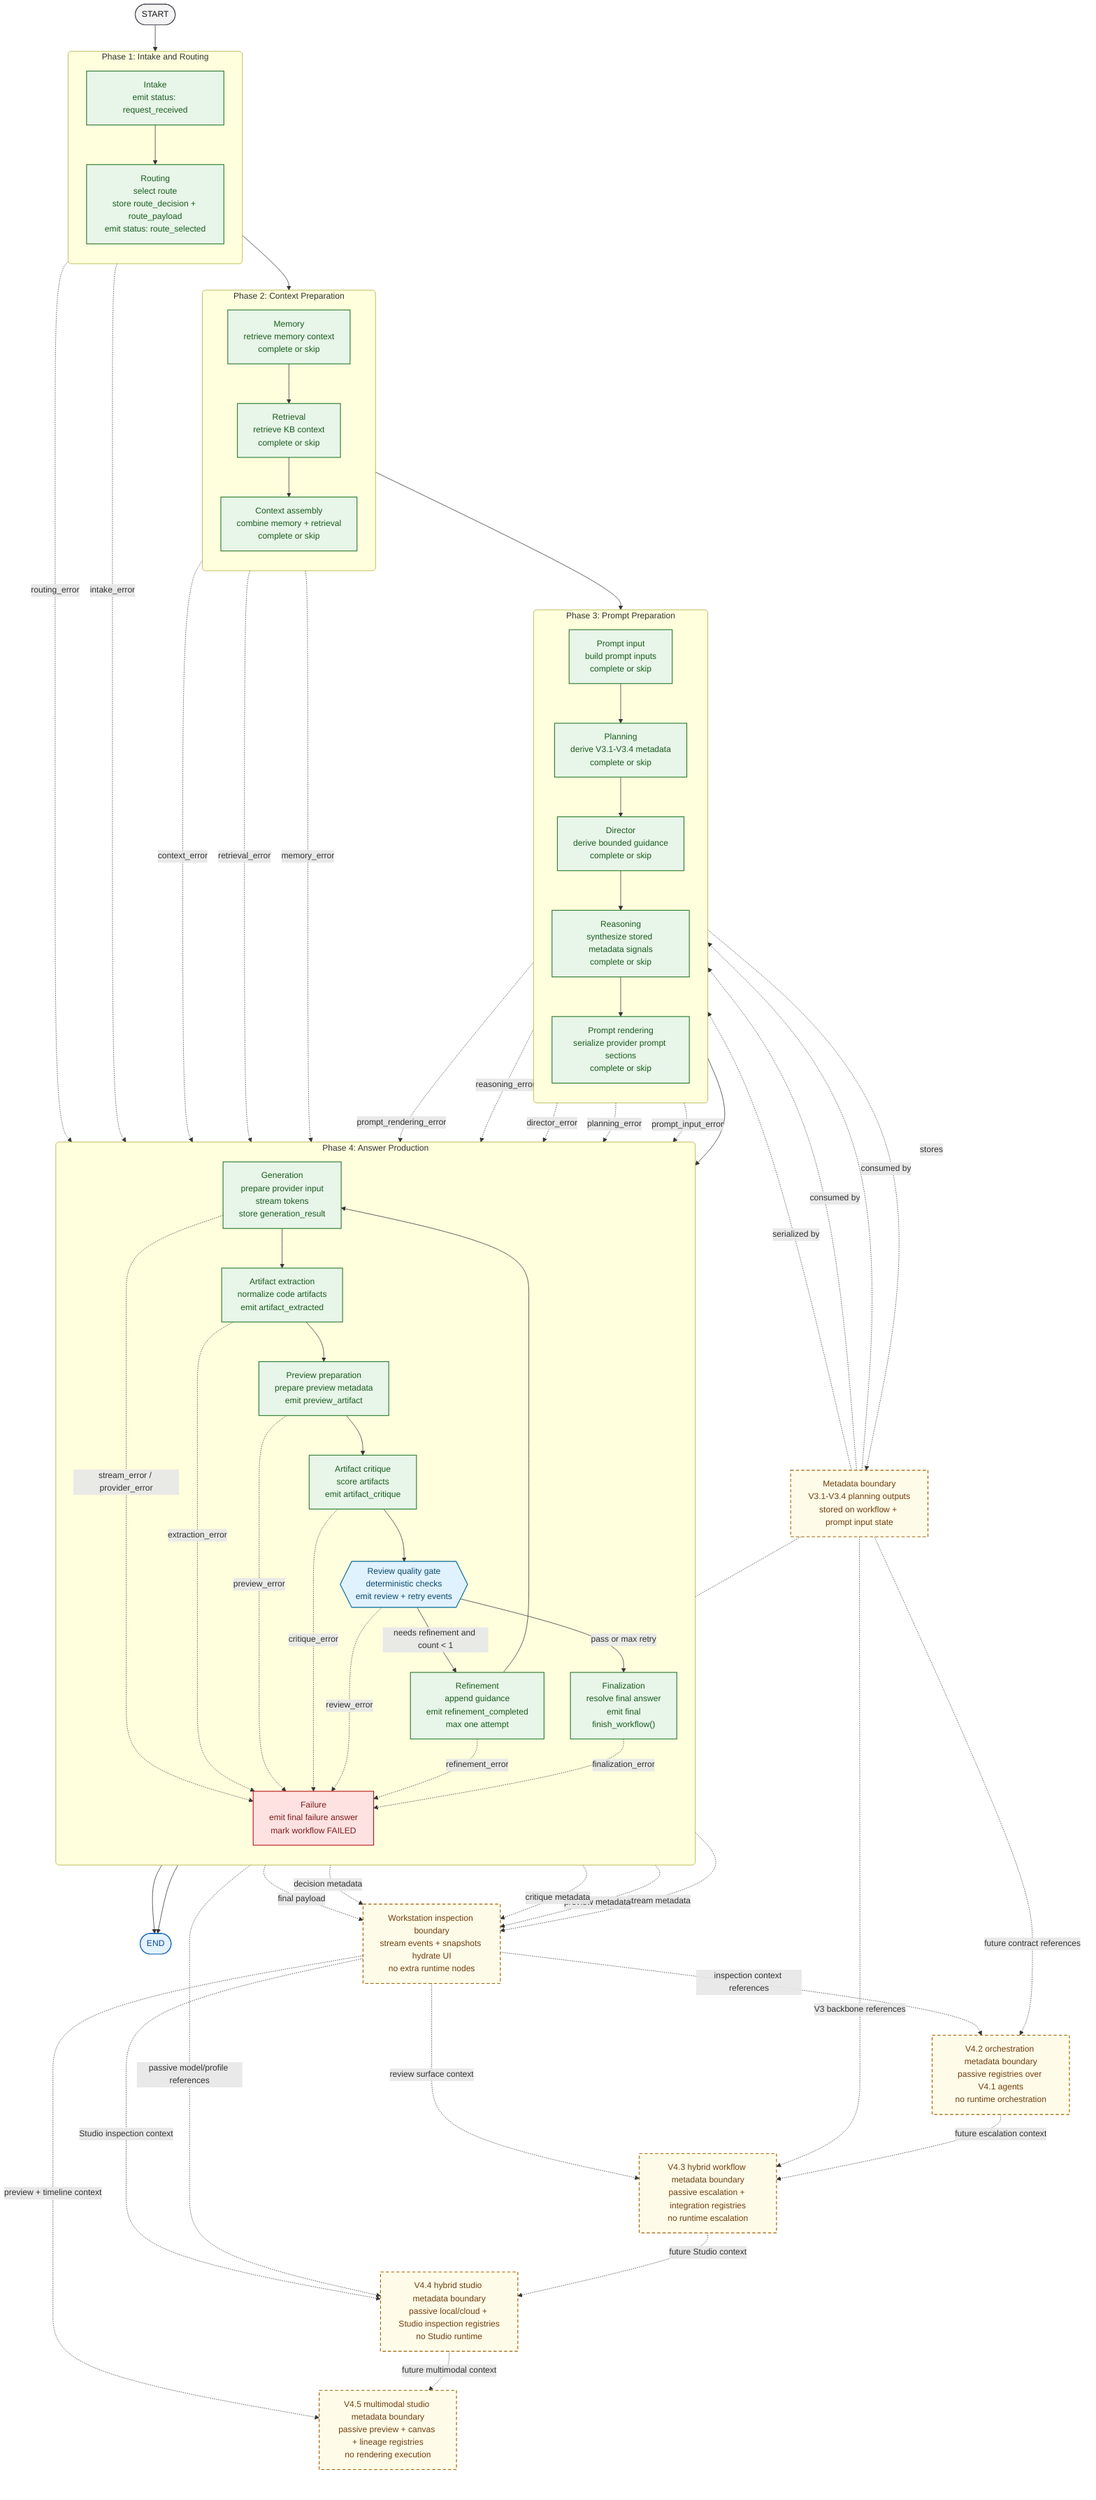
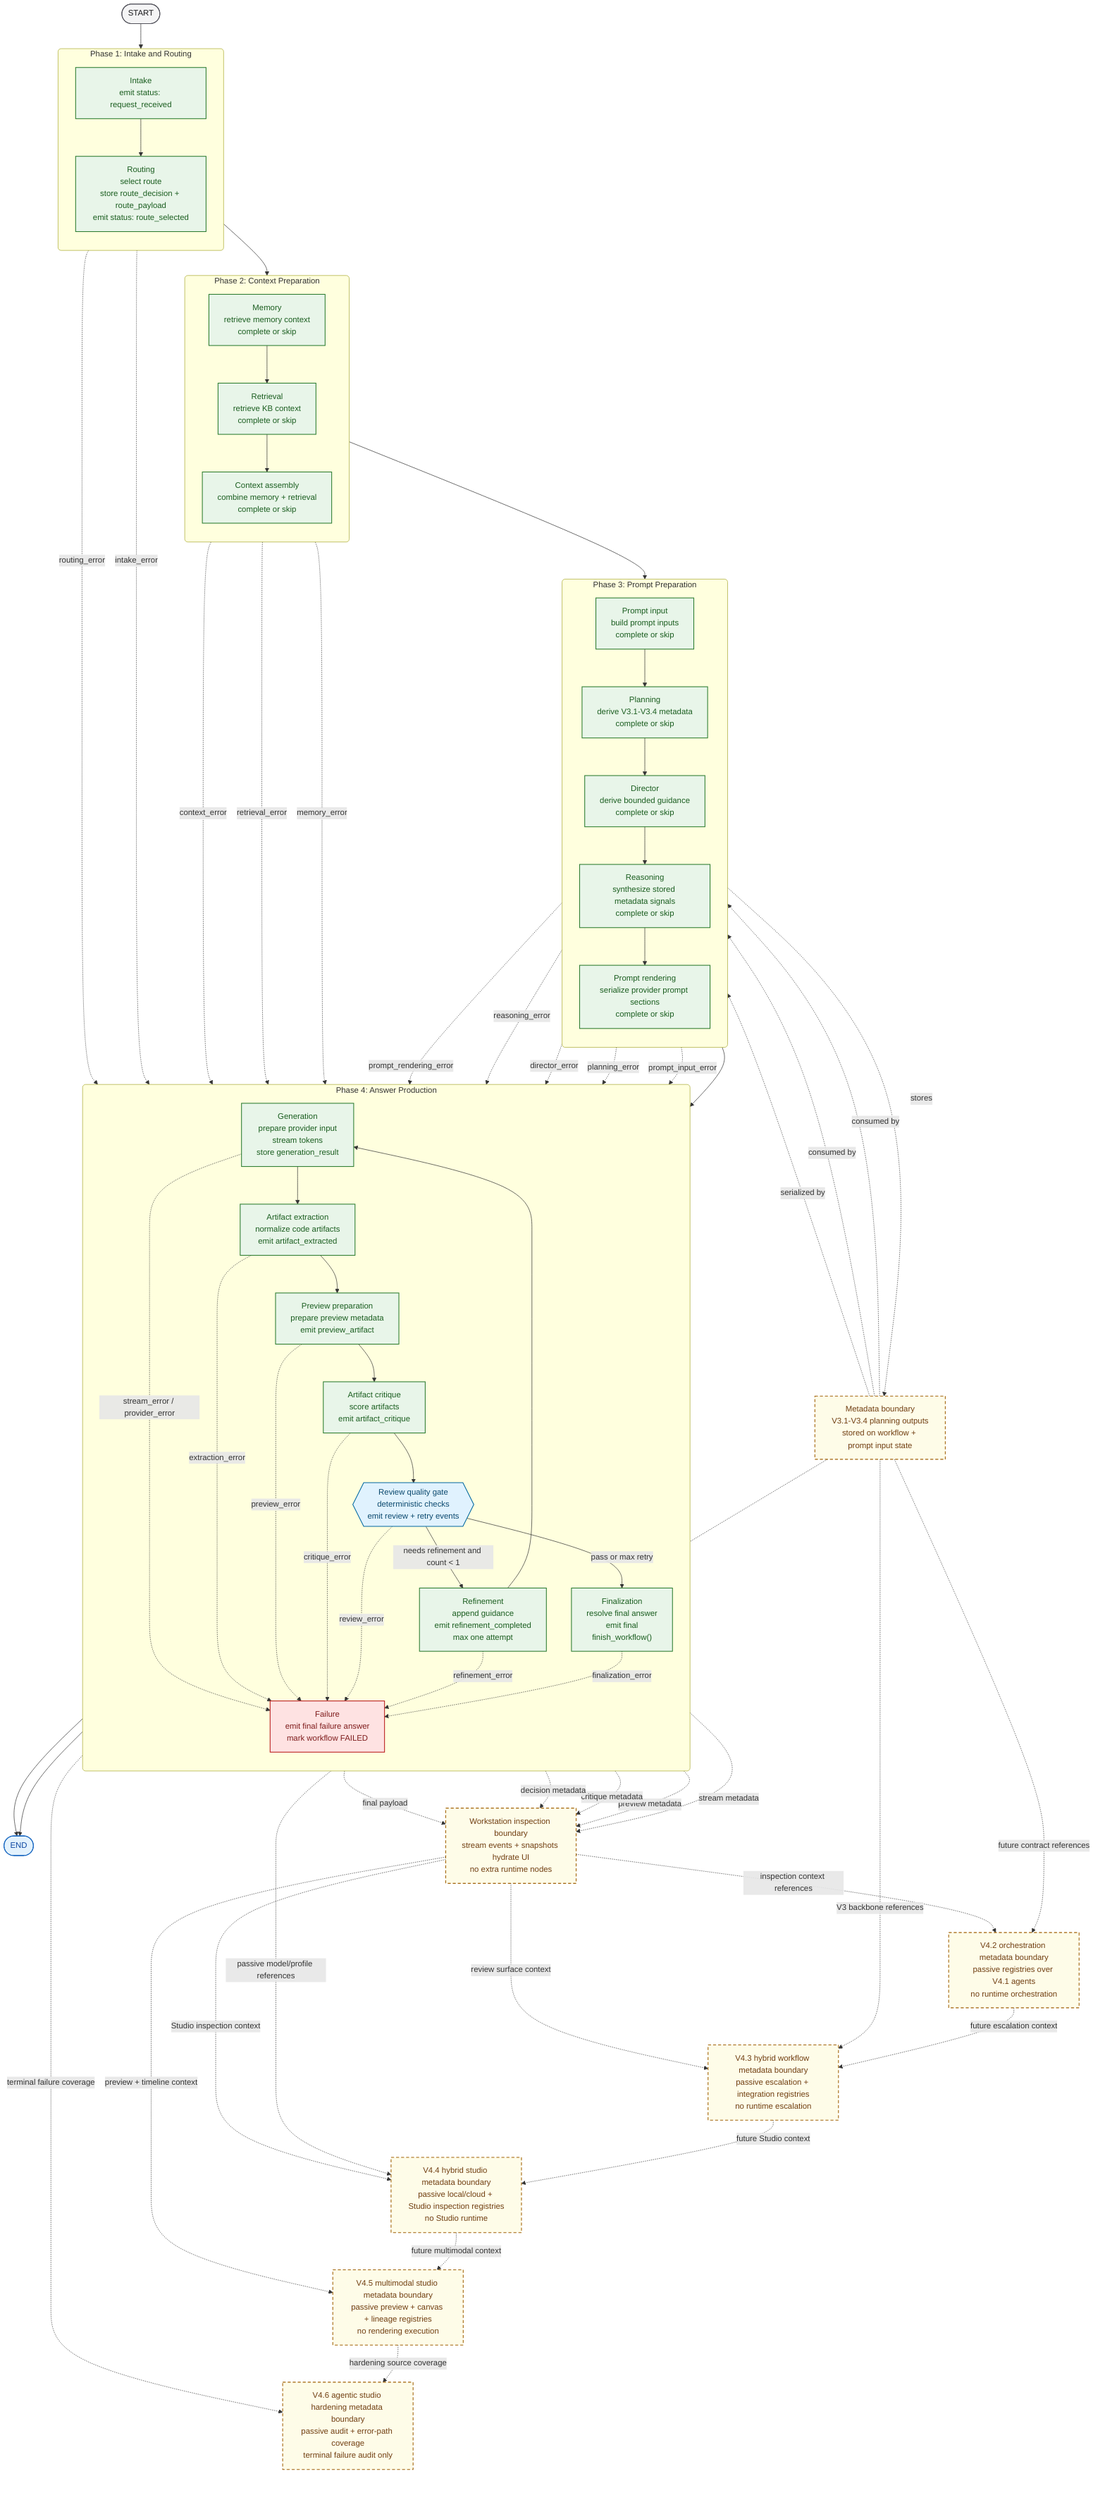
flowchart TB
    %% Class palette
    classDef boundary fill:#F4F4F5,stroke:#52525B,color:#18181B,stroke-width:1.5px;
    classDef implemented fill:#E8F5E9,stroke:#2E7D32,color:#1B5E20,stroke-width:1.5px;
    classDef gate fill:#E0F2FE,stroke:#0369A1,color:#0C4A6E,stroke-width:1.5px;
    classDef failure fill:#FEE2E2,stroke:#B91C1C,color:#7F1D1D,stroke-width:1.5px;
    classDef terminal fill:#E3F2FD,stroke:#1565C0,color:#0D47A1,stroke-width:1.5px;
    classDef relationship fill:#FEFCE8,stroke:#A16207,color:#713F12,stroke-width:1.5px,stroke-dasharray: 6 4;

    %% Terminal nodes
    start([START])
    finish([END])

    %% Runtime phases
    subgraph phase_1["Phase 1: Intake and Routing"]
        direction TB
        intake["Intake<br/>emit status: request_received"]
        routing["Routing<br/>select route<br/>store route_decision + route_payload<br/>emit status: route_selected"]
    end

    subgraph phase_2["Phase 2: Context Preparation"]
        direction TB
        memory["Memory<br/>retrieve memory context<br/>complete or skip"]
        retrieval["Retrieval<br/>retrieve KB context<br/>complete or skip"]
        context_assembly["Context assembly<br/>combine memory + retrieval<br/>complete or skip"]
    end

    subgraph phase_3["Phase 3: Prompt Preparation"]
        direction TB
        prompt_input["Prompt input<br/>build prompt inputs<br/>complete or skip"]
        planning["Planning<br/>derive V3.1-V3.4 metadata<br/>complete or skip"]
        director["Director<br/>derive bounded guidance<br/>complete or skip"]
        reasoning["Reasoning<br/>synthesize stored metadata signals<br/>complete or skip"]
        prompt_rendering["Prompt rendering<br/>serialize provider prompt sections<br/>complete or skip"]
    end

    subgraph phase_4["Phase 4: Answer Production"]
        direction TB
        generation["Generation<br/>prepare provider input<br/>stream tokens<br/>store generation_result"]
        artifact_extraction["Artifact extraction<br/>normalize code artifacts<br/>emit artifact_extracted"]
        preview_preparation["Preview preparation<br/>prepare preview metadata<br/>emit preview_artifact"]
        artifact_critique["Artifact critique<br/>score artifacts<br/>emit artifact_critique"]
        review{{"Review quality gate<br/>deterministic checks<br/>emit review + retry events"}}
        refinement["Refinement<br/>append guidance<br/>emit refinement_completed<br/>max one attempt"]
        finalization["Finalization<br/>resolve final answer<br/>emit final<br/>finish_workflow()"]
        failure["Failure<br/>emit final failure answer<br/>mark workflow FAILED"]
    end

    %% Documentation boundaries
    metadata_boundary["Metadata boundary<br/>V3.1-V3.4 planning outputs<br/>stored on workflow + prompt input state"]:::relationship
    workstation_boundary["Workstation inspection boundary<br/>stream events + snapshots hydrate UI<br/>no extra runtime nodes"]:::relationship
    orchestration_boundary["V4.2 orchestration metadata boundary<br/>passive registries over V4.1 agents<br/>no runtime orchestration"]:::relationship
    hybrid_workflow_boundary["V4.3 hybrid workflow metadata boundary<br/>passive escalation + integration registries<br/>no runtime escalation"]:::relationship
    hybrid_studio_boundary["V4.4 hybrid studio metadata boundary<br/>passive local/cloud + Studio inspection registries<br/>no Studio runtime"]:::relationship
    multimodal_studio_boundary["V4.5 multimodal studio metadata boundary<br/>passive preview + canvas + lineage registries<br/>no rendering execution"]:::relationship
+     hardening_boundary["V4.6 agentic studio hardening metadata boundary<br/>passive audit + error-path coverage<br/>terminal failure audit only"]:::relationship

    %% Main success path
    start --> intake --> routing --> memory --> retrieval --> context_assembly --> prompt_input --> planning --> director --> reasoning --> prompt_rendering --> generation --> artifact_extraction --> preview_preparation --> artifact_critique --> review
    review -->|"pass or max retry"| finalization --> finish
    review -->|"needs refinement and count < 1"| refinement --> generation

    %% Metadata and inspection boundaries
    planning -. stores .-> metadata_boundary
    metadata_boundary -. consumed by .-> director
    metadata_boundary -. consumed by .-> reasoning
    metadata_boundary -. serialized by .-> prompt_rendering
    artifact_extraction -. stream metadata .-> workstation_boundary
    preview_preparation -. preview metadata .-> workstation_boundary
    artifact_critique -. critique metadata .-> workstation_boundary
    review -. decision metadata .-> workstation_boundary
    finalization -. final payload .-> workstation_boundary
    metadata_boundary -. future contract references .-> orchestration_boundary
    workstation_boundary -. inspection context references .-> orchestration_boundary
    orchestration_boundary -. future escalation context .-> hybrid_workflow_boundary
    metadata_boundary -. V3 backbone references .-> hybrid_workflow_boundary
    workstation_boundary -. review surface context .-> hybrid_workflow_boundary
    hybrid_workflow_boundary -. future Studio context .-> hybrid_studio_boundary
    metadata_boundary -. passive model/profile references .-> hybrid_studio_boundary
    workstation_boundary -. Studio inspection context .-> hybrid_studio_boundary
    hybrid_studio_boundary -. future multimodal context .-> multimodal_studio_boundary
    workstation_boundary -. preview + timeline context .-> multimodal_studio_boundary
+     multimodal_studio_boundary -. hardening source coverage .-> hardening_boundary
+     failure -. terminal failure coverage .-> hardening_boundary

    %% Failure paths
    intake -. intake_error .-> failure
    routing -. routing_error .-> failure
    memory -. memory_error .-> failure
    retrieval -. retrieval_error .-> failure
    context_assembly -. context_error .-> failure
    prompt_input -. prompt_input_error .-> failure
    planning -. planning_error .-> failure
    director -. director_error .-> failure
    reasoning -. reasoning_error .-> failure
    prompt_rendering -. prompt_rendering_error .-> failure
    generation -. stream_error / provider_error .-> failure
    artifact_extraction -. extraction_error .-> failure
    preview_preparation -. preview_error .-> failure
    artifact_critique -. critique_error .-> failure
    review -. review_error .-> failure
    refinement -. refinement_error .-> failure
    finalization -. finalization_error .-> failure
    failure --> finish

    %% Node classes
    class start boundary
    class finish terminal
    class intake,routing,memory,retrieval,context_assembly,prompt_input,planning,director,reasoning,prompt_rendering,generation,artifact_extraction,preview_preparation,artifact_critique,refinement,finalization implemented
    class review gate
    class failure failure
-     class metadata_boundary,workstation_boundary,orchestration_boundary,hybrid_workflow_boundary,hybrid_studio_boundary,multimodal_studio_boundary relationship
+     class metadata_boundary,workstation_boundary,orchestration_boundary,hybrid_workflow_boundary,hybrid_studio_boundary,multimodal_studio_boundary,hardening_boundary relationship

    %% Subgraph styling
    style phase_1 rx:6px,ry:6px
    style phase_2 rx:6px,ry:6px
    style phase_3 rx:6px,ry:6px
    style phase_4 rx:6px,ry:6px
